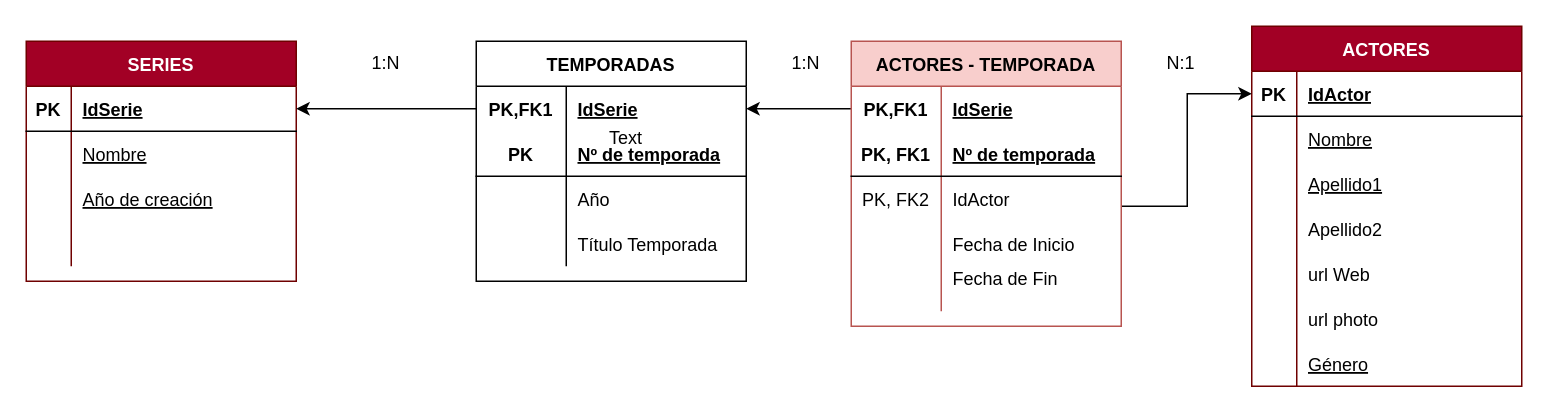
This is page "4 - EJERCICIO 1" (4 of 6) of Dia1/Modelado-Dia1.drawio from Country4979/MOdelado_SQL, a draw.io file, before an edit. Source tidied: cells renumbered, new cells numbered last; positions are measured from the earlier drawing's top-left corner, leaving out a move shared by most shapes. Both pictures are drawn from the tidied source at 150%, with x=0, y=0 at pixel (26, 26).
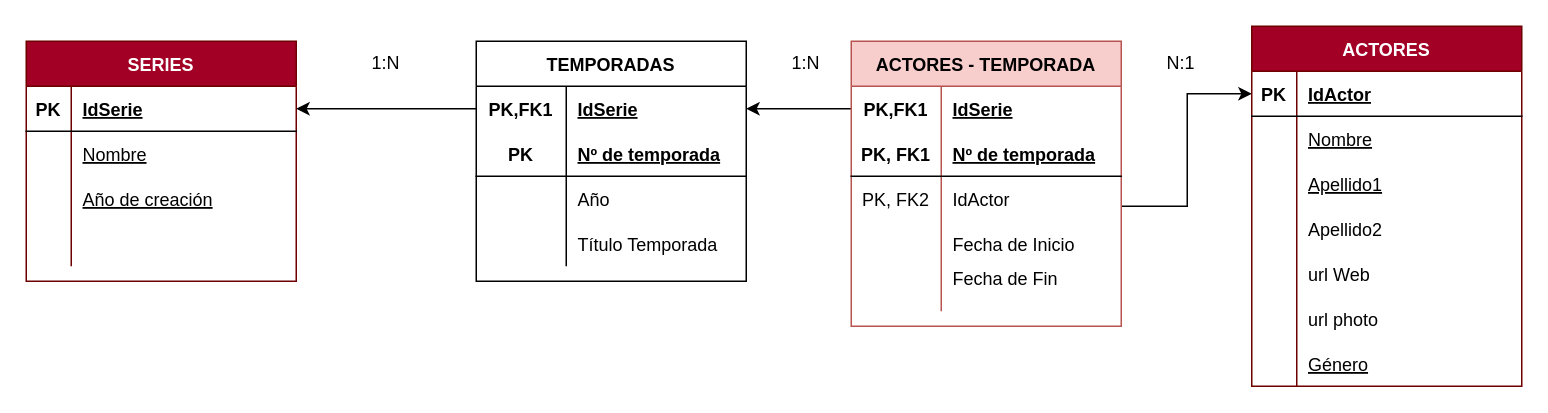
After the change.

What changed in the source:
```diff
@@
-    <mxCell id="69" value="Text" style="text;html=1;strokeColor=none;fillColor=none;align=center;verticalAlign=middle;whiteSpace=wrap;rounded=0;fontColor=#000000;" parent="1" vertex="1">
-      <mxGeometry x="370" y="60" width="60" height="30" as="geometry" />
-    </mxCell>
```
